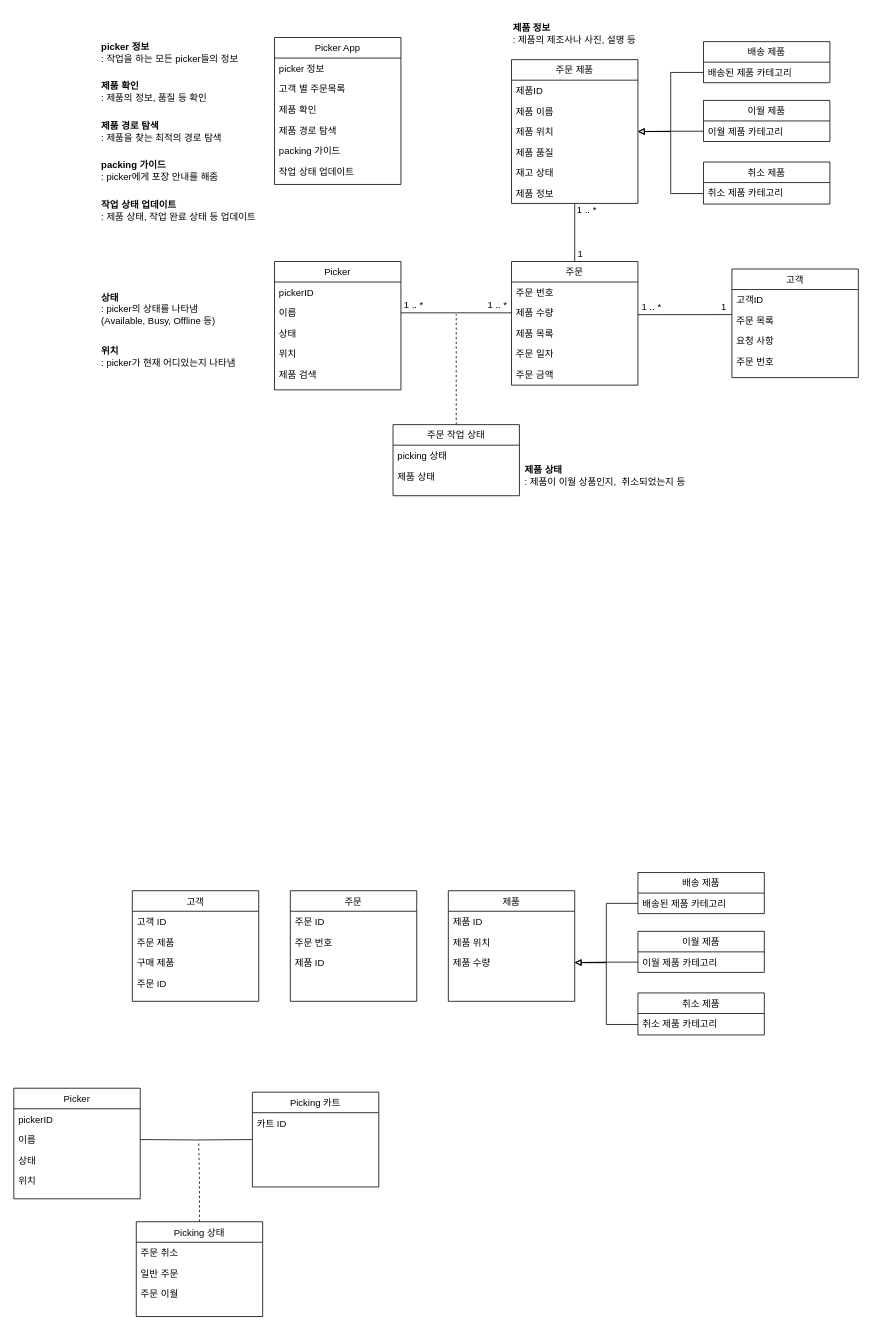
Earlier version of the draw.io diagram 시분설_6조_class_diagram.drawio (dbsrudrla/diagram). Source tidied: cells renumbered, new cells numbered last; positions are measured from the earlier drawing's top-left corner, leaving out a move shared by most shapes. Both pictures are drawn from the tidied source at 79%, with x=0, y=0 at pixel (13, 13).
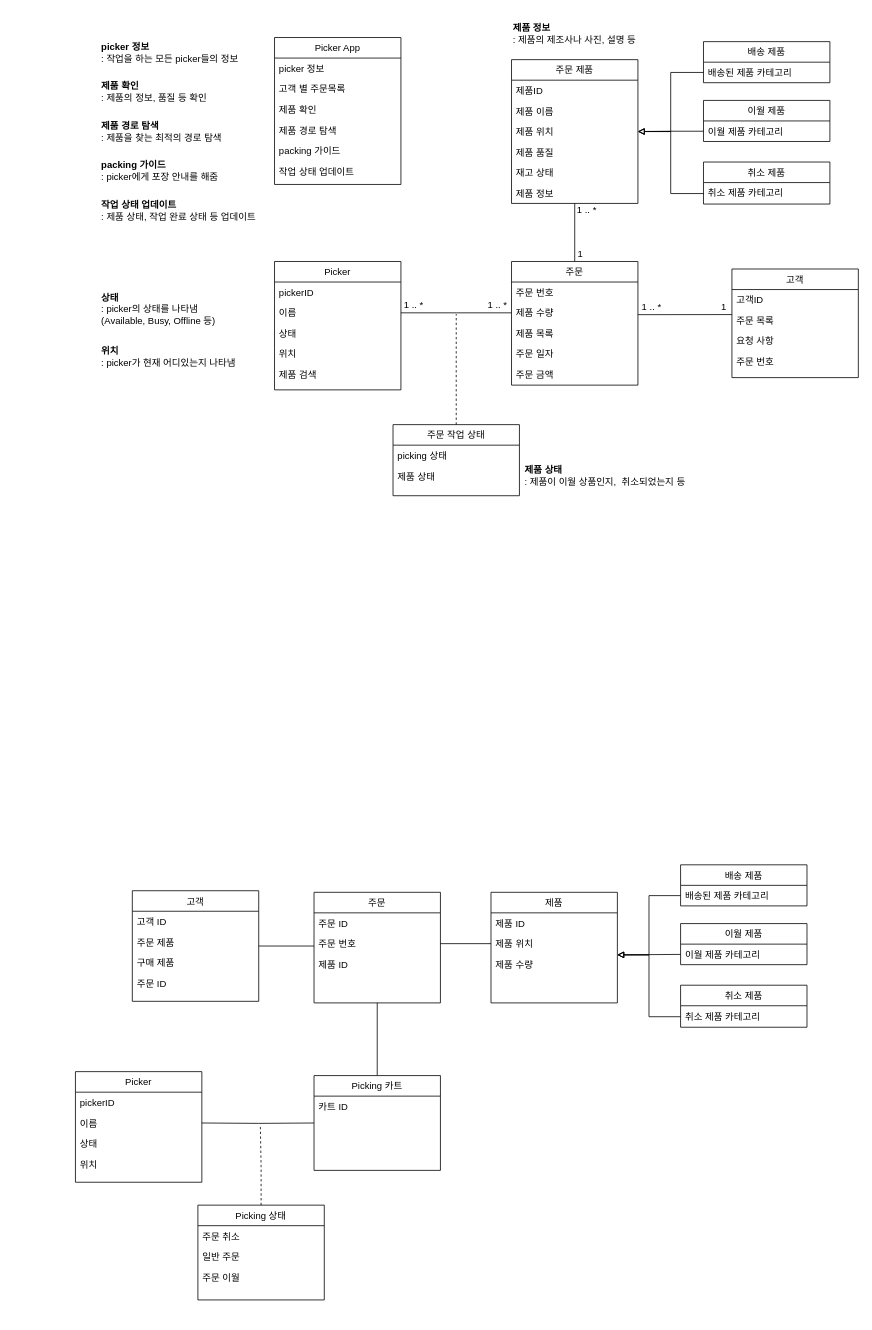
Above is the later version.

Commit message (it also covers changes not shown here):
시분설_6조_class_diagram.drawio 업데이트

The change refers to these unchanged cells:
```xml
<mxCell id="66" value="제품 위치" style="text;align=left;verticalAlign=top;spacingLeft=4;spacingRight=4;overflow=hidden;points=[[0,0.5],[1,0.5]];portConstraint=eastwest;" parent="64" vertex="1">
  <mxGeometry y="52" width="160" height="26" as="geometry" />
</mxCell>
<mxCell id="67" value="제품 수량" style="text;align=left;verticalAlign=top;spacingLeft=4;spacingRight=4;overflow=hidden;points=[[0,0.5],[1,0.5]];portConstraint=eastwest;rounded=0;shadow=0;html=0;" parent="64" vertex="1">
  <mxGeometry y="78" width="160" height="26" as="geometry" />
</mxCell>
<mxCell id="72" value="주문 번호" style="text;align=left;verticalAlign=top;spacingLeft=4;spacingRight=4;overflow=hidden;points=[[0,0.5],[1,0.5]];portConstraint=eastwest;" parent="70" vertex="1">
  <mxGeometry y="52" width="160" height="26" as="geometry" />
</mxCell>
<mxCell id="74" value="고객" style="swimlane;fontStyle=0;align=center;verticalAlign=top;horizontal=1;startSize=26;rounded=0;shadow=0;strokeWidth=1;" parent="1" vertex="1">
  <mxGeometry x="150" y="1110" width="160" height="140" as="geometry" />
</mxCell>
<mxCell id="91" value="이월 제품 카테고리" style="text;align=left;verticalAlign=top;spacingLeft=4;spacingRight=4;overflow=hidden;points=[[0,0.5],[1,0.5]];portConstraint=eastwest;rounded=0;shadow=0;html=0;" parent="90" vertex="1">
  <mxGeometry y="26" width="160" height="26" as="geometry" />
</mxCell>
<mxCell id="96" value="배송된 제품 카테고리" style="text;align=left;verticalAlign=top;spacingLeft=4;spacingRight=4;overflow=hidden;points=[[0,0.5],[1,0.5]];portConstraint=eastwest;rounded=0;shadow=0;html=0;" parent="95" vertex="1">
  <mxGeometry y="26" width="160" height="26" as="geometry" />
</mxCell>
```

Diff of the diagram source:
```diff
@@
     <mxCell id="64" value="제품" style="swimlane;fontStyle=0;align=center;verticalAlign=top;horizontal=1;startSize=26;rounded=0;shadow=0;strokeWidth=1;" parent="1" vertex="1">
-      <mxGeometry x="550" y="1110" width="160" height="140" as="geometry" />
+      <mxGeometry x="604" y="1112" width="160" height="140" as="geometry" />
     </mxCell>
@@
+    <mxCell id="99" style="edgeStyle=orthogonalEdgeStyle;rounded=0;jettySize=auto;html=1;exitX=0.5;exitY=0;exitDx=0;exitDy=0;entryX=0.5;entryY=1;entryDx=0;entryDy=0;endArrow=none;endFill=0;" parent="1" edge="1" source="68" target="70">
+      <mxGeometry relative="1" as="geometry" />
+    </mxCell>
     <mxCell id="68" value="Picking 카트" style="swimlane;fontStyle=0;align=center;verticalAlign=top;horizontal=1;startSize=26;rounded=0;shadow=0;strokeWidth=1;" parent="1" vertex="1">
-      <mxGeometry x="302" y="1365" width="160" height="120" as="geometry" />
+      <mxGeometry x="380" y="1344" width="160" height="120" as="geometry" />
     </mxCell>
@@
     <mxCell id="70" value="주문" style="swimlane;fontStyle=0;align=center;verticalAlign=top;horizontal=1;startSize=26;rounded=0;shadow=0;strokeWidth=1;" parent="1" vertex="1">
-      <mxGeometry x="350" y="1110" width="160" height="140" as="geometry" />
+      <mxGeometry x="380" y="1112" width="160" height="140" as="geometry" />
     </mxCell>
@@
+    <mxCell id="100" style="edgeStyle=orthogonalEdgeStyle;rounded=0;jettySize=auto;html=1;exitX=1;exitY=0.5;exitDx=0;exitDy=0;endArrow=none;endFill=0;" parent="1" edge="1" source="74">
+      <mxGeometry relative="1" as="geometry">
+        <mxPoint x="380" y="1180" as="targetPoint" />
+        <Array as="points">
+          <mxPoint x="380" y="1180" />
+        </Array>
+      </mxGeometry>
+    </mxCell>
@@
     <mxCell id="79" value="Picker" style="swimlane;fontStyle=0;align=center;verticalAlign=top;horizontal=1;startSize=26;rounded=0;shadow=0;strokeWidth=1;" parent="1" vertex="1">
-      <mxGeometry y="1360" width="160" height="140" as="geometry" />
+      <mxGeometry x="78" y="1339" width="160" height="140" as="geometry" />
     </mxCell>
@@
     <mxCell id="84" style="edgeStyle=orthogonalEdgeStyle;rounded=0;jettySize=auto;html=1;exitX=0.5;exitY=0;exitDx=0;exitDy=0;dashed=1;endArrow=none;endFill=0;" parent="1" edge="1" source="85">
       <mxGeometry relative="1" as="geometry">
-        <mxPoint x="234" y="1427" as="targetPoint" />
+        <mxPoint x="312" y="1406" as="targetPoint" />
       </mxGeometry>
     </mxCell>
     <mxCell id="85" value="Picking 상태" style="swimlane;fontStyle=0;align=center;verticalAlign=top;horizontal=1;startSize=26;rounded=0;shadow=0;strokeWidth=1;" parent="1" vertex="1">
-      <mxGeometry x="155" y="1529" width="160" height="120" as="geometry" />
+      <mxGeometry x="233" y="1508" width="160" height="120" as="geometry" />
     </mxCell>
@@
-    <mxCell id="89" style="edgeStyle=orthogonalEdgeStyle;rounded=0;jettySize=auto;html=1;exitX=0;exitY=0.5;exitDx=0;exitDy=0;entryX=1;entryY=0.5;entryDx=0;entryDy=0;endArrow=block;endFill=0;" parent="1" edge="1" source="91" target="67">
-      <mxGeometry relative="1" as="geometry" />
+    <mxCell id="89" style="rounded=0;jettySize=auto;html=1;entryX=1;entryY=0.5;entryDx=0;entryDy=0;endArrow=block;endFill=0;exitX=0;exitY=0.75;exitDx=0;exitDy=0;" parent="1" edge="1" source="90">
+      <mxGeometry relative="1" as="geometry">
+        <mxPoint x="764" y="1191.2" as="targetPoint" />
+      </mxGeometry>
     </mxCell>
     <mxCell id="90" value="이월 제품" style="swimlane;fontStyle=0;align=center;verticalAlign=top;horizontal=1;startSize=26;rounded=0;shadow=0;strokeWidth=1;" parent="1" vertex="1">
-      <mxGeometry x="790" y="1161.4" width="160" height="52" as="geometry" />
+      <mxGeometry x="844" y="1151.6" width="160" height="52" as="geometry" />
     </mxCell>
@@
-    <mxCell id="92" style="edgeStyle=orthogonalEdgeStyle;rounded=0;jettySize=auto;html=1;exitX=0;exitY=0.75;exitDx=0;exitDy=0;startArrow=none;startFill=0;endArrow=block;endFill=0;entryX=1;entryY=0.5;entryDx=0;entryDy=0;" parent="1" edge="1" source="93" target="67">
-      <mxGeometry relative="1" as="geometry" />
+    <mxCell id="92" style="edgeStyle=elbowEdgeStyle;rounded=0;jettySize=auto;html=1;exitX=0;exitY=0.75;exitDx=0;exitDy=0;startArrow=none;startFill=0;endArrow=block;endFill=0;entryX=1;entryY=0.5;entryDx=0;entryDy=0;" parent="1" edge="1" source="93">
+      <mxGeometry relative="1" as="geometry">
+        <mxPoint x="764" y="1191.2" as="targetPoint" />
+      </mxGeometry>
     </mxCell>
     <mxCell id="93" value="취소 제품" style="swimlane;fontStyle=0;align=center;verticalAlign=top;horizontal=1;startSize=26;rounded=0;shadow=0;strokeWidth=1;" parent="1" vertex="1">
-      <mxGeometry x="790" y="1239.4" width="160" height="53.2" as="geometry" />
+      <mxGeometry x="844" y="1229.6" width="160" height="53.2" as="geometry" />
     </mxCell>
@@
     <mxCell id="95" value="배송 제품" style="swimlane;fontStyle=0;align=center;verticalAlign=top;horizontal=1;startSize=26;rounded=0;shadow=0;strokeWidth=1;" parent="1" vertex="1">
-      <mxGeometry x="790" y="1087" width="160" height="52" as="geometry" />
+      <mxGeometry x="844" y="1077.2" width="160" height="52" as="geometry" />
     </mxCell>
@@
-    <mxCell id="97" style="edgeStyle=orthogonalEdgeStyle;rounded=0;jettySize=auto;html=1;exitX=0;exitY=0.5;exitDx=0;exitDy=0;endArrow=block;endFill=0;entryX=1;entryY=0.5;entryDx=0;entryDy=0;" parent="1" edge="1" source="96" target="67">
-      <mxGeometry relative="1" as="geometry" />
+    <mxCell id="97" style="edgeStyle=elbowEdgeStyle;rounded=0;jettySize=auto;html=1;exitX=0;exitY=0.5;exitDx=0;exitDy=0;endArrow=block;endFill=0;entryX=1;entryY=0.5;entryDx=0;entryDy=0;" parent="1" edge="1" source="96">
+      <mxGeometry relative="1" as="geometry">
+        <mxPoint x="764" y="1191.2" as="targetPoint" />
+      </mxGeometry>
     </mxCell>
     <mxCell id="98" style="edgeStyle=orthogonalEdgeStyle;rounded=0;jettySize=auto;html=1;entryX=0;entryY=0.5;entryDx=0;entryDy=0;endArrow=none;endFill=0;" parent="1" edge="1" target="68">
       <mxGeometry relative="1" as="geometry">
-        <mxPoint x="160" y="1425" as="sourcePoint" />
+        <mxPoint x="238" y="1404" as="sourcePoint" />
       </mxGeometry>
     </mxCell>
+    <mxCell id="101" style="edgeStyle=orthogonalEdgeStyle;rounded=0;jettySize=auto;html=1;exitX=1;exitY=0.5;exitDx=0;exitDy=0;entryX=0;entryY=0.5;entryDx=0;entryDy=0;endArrow=none;endFill=0;" parent="1" edge="1" source="72" target="66">
+      <mxGeometry relative="1" as="geometry" />
+    </mxCell>
```
